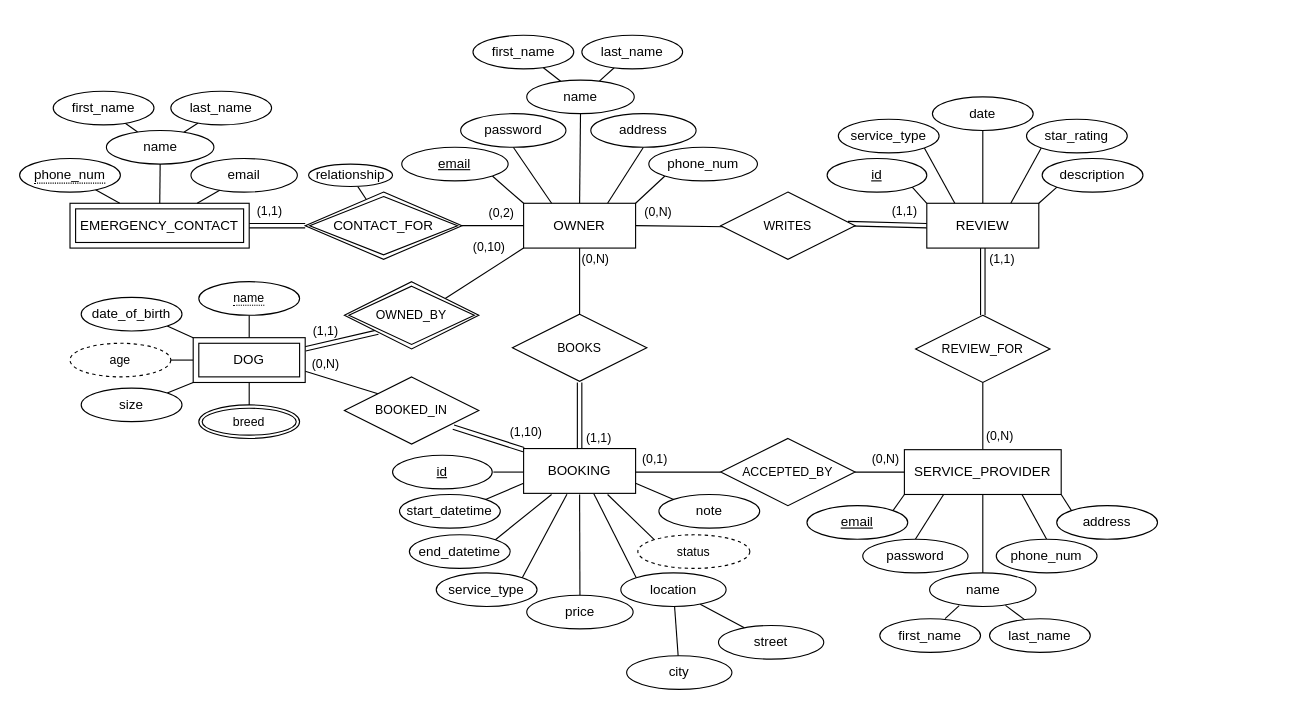
Before: documents/BarkBase ER Diagram.drawio in BraedonHaensel/barkbase, a draw.io diagram. Source tidied: cells renumbered, new cells numbered last; positions are measured from the earlier drawing's top-left corner, leaving out a move shared by most shapes. Both pictures are drawn from the tidied source at 112%, with x=0, y=0 at pixel (19, 35).
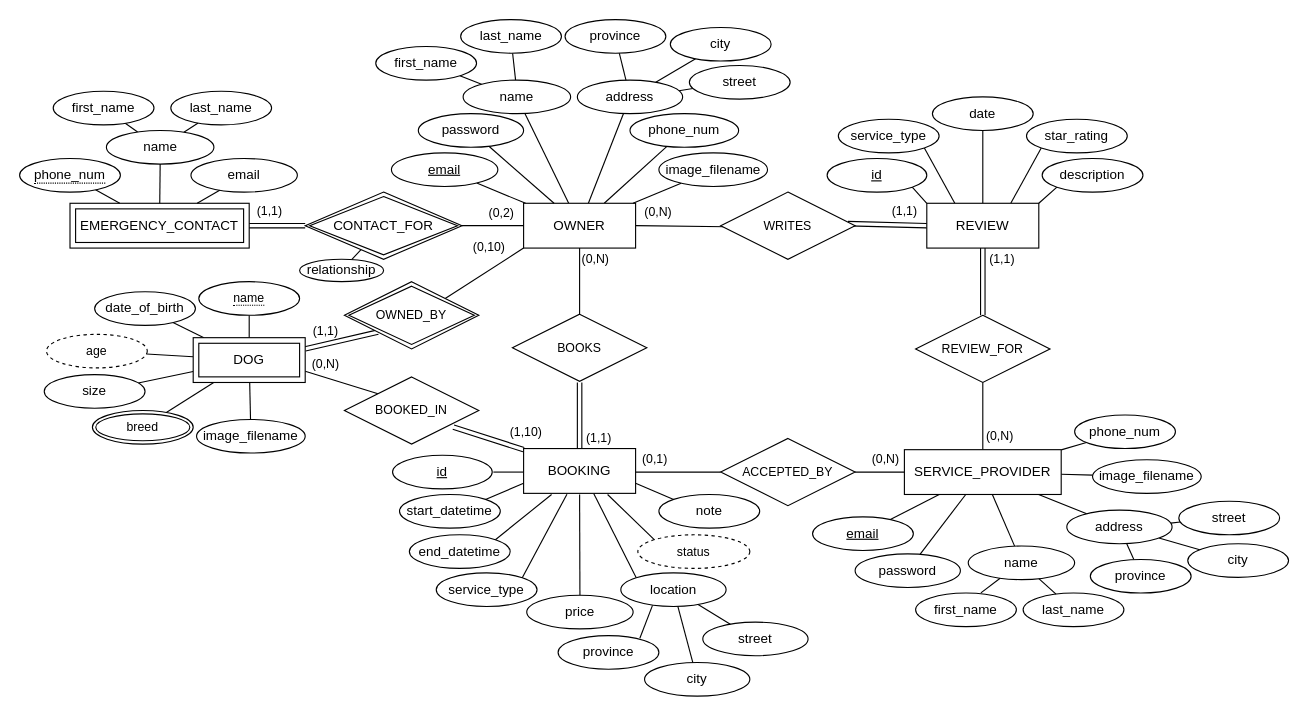
After the change.

Commit message:
ER diagram updated for images and new address components

The change refers to these unchanged cells:
```xml
<mxCell id="36" value="location" style="ellipse;whiteSpace=wrap;html=1;align=center;" parent="1" vertex="1">
  <mxGeometry x="536.8" y="480" width="94" height="30" as="geometry" />
</mxCell>
<mxCell id="55" value="OWNER" style="whiteSpace=wrap;html=1;align=center;" parent="1" vertex="1">
  <mxGeometry x="450" y="150" width="100" height="40" as="geometry" />
</mxCell>
<mxCell id="66" value="DOG" style="shape=ext;margin=3;double=1;whiteSpace=wrap;html=1;align=center;" parent="1" vertex="1">
  <mxGeometry x="155" y="270" width="100" height="40" as="geometry" />
</mxCell>
<mxCell id="73" value="SERVICE_PROVIDER" style="whiteSpace=wrap;html=1;align=center;" parent="1" vertex="1">
  <mxGeometry x="790" y="370" width="140" height="40" as="geometry" />
</mxCell>
```

Change to the diagram source:
```diff
@@
-    <mxCell id="2" style="edgeStyle=none;shape=connector;rounded=0;jettySize=auto;html=1;exitX=1;exitY=0;exitDx=0;exitDy=0;entryX=0;entryY=1;entryDx=0;entryDy=0;strokeColor=default;align=center;verticalAlign=middle;fontFamily=Helvetica;fontSize=11;fontColor=default;labelBackgroundColor=default;endArrow=none;endFill=0;" parent="1" edge="1" source="3" target="73">
+    <mxCell id="2" style="edgeStyle=none;shape=connector;rounded=0;jettySize=auto;html=1;strokeColor=default;align=center;verticalAlign=middle;fontFamily=Helvetica;fontSize=11;fontColor=default;labelBackgroundColor=default;endArrow=none;endFill=0;" parent="1" edge="1" source="3" target="73">
       <mxGeometry relative="1" as="geometry" />
     </mxCell>
     <mxCell id="3" value="email" style="ellipse;whiteSpace=wrap;html=1;align=center;fontStyle=4;" parent="1" vertex="1">
-      <mxGeometry x="703" y="420" width="90" height="30" as="geometry" />
+      <mxGeometry x="708" y="430" width="90" height="30" as="geometry" />
     </mxCell>
-    <mxCell id="4" style="edgeStyle=none;shape=connector;rounded=0;jettySize=auto;html=1;exitX=0.5;exitY=0;exitDx=0;exitDy=0;entryX=0.5;entryY=1;entryDx=0;entryDy=0;strokeColor=default;align=center;verticalAlign=middle;fontFamily=Helvetica;fontSize=11;fontColor=default;labelBackgroundColor=default;endArrow=none;endFill=0;" parent="1" edge="1" source="5" target="73">
+    <mxCell id="4" style="edgeStyle=none;shape=connector;rounded=0;jettySize=auto;html=1;strokeColor=default;align=center;verticalAlign=middle;fontFamily=Helvetica;fontSize=11;fontColor=default;labelBackgroundColor=default;endArrow=none;endFill=0;" parent="1" edge="1" source="5" target="73">
       <mxGeometry relative="1" as="geometry" />
     </mxCell>
     <mxCell id="5" value="name" style="ellipse;whiteSpace=wrap;html=1;align=center;" parent="1" vertex="1">
-      <mxGeometry x="812.5" y="480" width="95" height="30" as="geometry" />
+      <mxGeometry x="847" y="456" width="95" height="30" as="geometry" />
     </mxCell>
-    <mxCell id="6" style="edgeStyle=none;shape=connector;rounded=0;jettySize=auto;html=1;exitX=0.648;exitY=-0.006;exitDx=0;exitDy=0;entryX=0.278;entryY=0.976;entryDx=0;entryDy=0;strokeColor=default;align=center;verticalAlign=middle;fontFamily=Helvetica;fontSize=11;fontColor=default;labelBackgroundColor=default;endArrow=none;endFill=0;entryPerimeter=0;exitPerimeter=0;" parent="1" edge="1" source="7" target="5">
+    <mxCell id="6" style="edgeStyle=none;shape=connector;rounded=0;jettySize=auto;html=1;exitX=0.648;exitY=-0.006;exitDx=0;exitDy=0;strokeColor=default;align=center;verticalAlign=middle;fontFamily=Helvetica;fontSize=11;fontColor=default;labelBackgroundColor=default;endArrow=none;endFill=0;exitPerimeter=0;" parent="1" edge="1" source="7" target="5">
       <mxGeometry relative="1" as="geometry" />
     </mxCell>
     <mxCell id="7" value="first_name" style="ellipse;whiteSpace=wrap;html=1;align=center;" parent="1" vertex="1">
-      <mxGeometry x="768" y="521" width="90" height="30" as="geometry" />
+      <mxGeometry x="800" y="498" width="90" height="30" as="geometry" />
     </mxCell>
     <mxCell id="8" value="last_name" style="ellipse;whiteSpace=wrap;html=1;align=center;" parent="1" vertex="1">
-      <mxGeometry x="866" y="521" width="90" height="30" as="geometry" />
+      <mxGeometry x="896" y="498" width="90" height="30" as="geometry" />
     </mxCell>
-    <mxCell id="9" style="edgeStyle=none;shape=connector;rounded=0;jettySize=auto;html=1;exitX=0;exitY=0;exitDx=0;exitDy=0;entryX=1;entryY=1;entryDx=0;entryDy=0;strokeColor=default;align=center;verticalAlign=middle;fontFamily=Helvetica;fontSize=11;fontColor=default;labelBackgroundColor=default;endArrow=none;endFill=0;" parent="1" edge="1" source="10" target="73">
+    <mxCell id="9" style="edgeStyle=none;shape=connector;rounded=0;jettySize=auto;html=1;strokeColor=default;align=center;verticalAlign=middle;fontFamily=Helvetica;fontSize=11;fontColor=default;labelBackgroundColor=default;endArrow=none;endFill=0;" parent="1" edge="1" source="141" target="73">
       <mxGeometry relative="1" as="geometry" />
     </mxCell>
-    <mxCell id="10" value="address" style="ellipse;whiteSpace=wrap;html=1;align=center;" parent="1" vertex="1">
-      <mxGeometry x="926" y="420" width="90" height="30" as="geometry" />
-    </mxCell>
-    <mxCell id="11" style="edgeStyle=none;shape=connector;rounded=0;jettySize=auto;html=1;exitX=0.5;exitY=0;exitDx=0;exitDy=0;entryX=0.75;entryY=1;entryDx=0;entryDy=0;strokeColor=default;align=center;verticalAlign=middle;fontFamily=Helvetica;fontSize=11;fontColor=default;labelBackgroundColor=default;endArrow=none;endFill=0;" parent="1" edge="1" source="12" target="73">
+    <mxCell id="11" style="edgeStyle=none;shape=connector;rounded=0;jettySize=auto;html=1;strokeColor=default;align=center;verticalAlign=middle;fontFamily=Helvetica;fontSize=11;fontColor=default;labelBackgroundColor=default;endArrow=none;endFill=0;" parent="1" edge="1" source="12" target="73">
       <mxGeometry relative="1" as="geometry" />
     </mxCell>
     <mxCell id="12" value="phone_num" style="ellipse;whiteSpace=wrap;html=1;align=center;" parent="1" vertex="1">
-      <mxGeometry x="872" y="450" width="90" height="30" as="geometry" />
+      <mxGeometry x="942" y="339" width="90" height="30" as="geometry" />
     </mxCell>
@@
-    <mxCell id="15" style="edgeStyle=none;shape=connector;rounded=0;jettySize=auto;html=1;exitX=0.5;exitY=1;exitDx=0;exitDy=0;entryX=0.5;entryY=0;entryDx=0;entryDy=0;strokeColor=default;align=center;verticalAlign=middle;fontFamily=Helvetica;fontSize=11;fontColor=default;labelBackgroundColor=default;endArrow=none;endFill=0;" parent="1" edge="1" source="16" target="55">
+    <mxCell id="15" style="edgeStyle=none;shape=connector;rounded=0;jettySize=auto;html=1;strokeColor=default;align=center;verticalAlign=middle;fontFamily=Helvetica;fontSize=11;fontColor=default;labelBackgroundColor=default;endArrow=none;endFill=0;" parent="1" edge="1" source="16" target="55">
       <mxGeometry relative="1" as="geometry" />
     </mxCell>
     <mxCell id="16" value="name" style="ellipse;whiteSpace=wrap;html=1;align=center;" parent="1" vertex="1">
-      <mxGeometry x="452.8" y="40" width="96" height="30" as="geometry" />
+      <mxGeometry x="396" y="40" width="96" height="30" as="geometry" />
     </mxCell>
     <mxCell id="17" value="first_name" style="ellipse;whiteSpace=wrap;html=1;align=center;" parent="1" vertex="1">
-      <mxGeometry x="404.8" width="90" height="30" as="geometry" />
+      <mxGeometry x="318" y="10" width="90" height="30" as="geometry" />
     </mxCell>
     <mxCell id="18" value="last_name" style="ellipse;whiteSpace=wrap;html=1;align=center;" parent="1" vertex="1">
-      <mxGeometry x="502" width="90" height="30" as="geometry" />
+      <mxGeometry x="393.8" y="-14" width="90" height="30" as="geometry" />
     </mxCell>
-    <mxCell id="19" style="edgeStyle=none;shape=connector;rounded=0;jettySize=auto;html=1;exitX=0.5;exitY=1;exitDx=0;exitDy=0;entryX=0.75;entryY=0;entryDx=0;entryDy=0;strokeColor=default;align=center;verticalAlign=middle;fontFamily=Helvetica;fontSize=11;fontColor=default;labelBackgroundColor=default;endArrow=none;endFill=0;" parent="1" edge="1" source="20" target="55">
+    <mxCell id="19" style="edgeStyle=none;shape=connector;rounded=0;jettySize=auto;html=1;strokeColor=default;align=center;verticalAlign=middle;fontFamily=Helvetica;fontSize=11;fontColor=default;labelBackgroundColor=default;endArrow=none;endFill=0;" parent="1" edge="1" source="20" target="55">
       <mxGeometry relative="1" as="geometry" />
     </mxCell>
+    <mxCell id="123" style="rounded=0;jettySize=auto;html=1;endArrow=none;endFill=0;" parent="1" edge="1" source="20" target="128">
+      <mxGeometry relative="1" as="geometry" />
+    </mxCell>
+    <mxCell id="124" style="edgeStyle=none;shape=connector;rounded=0;jettySize=auto;html=1;strokeColor=default;align=center;verticalAlign=middle;fontFamily=Helvetica;fontSize=11;fontColor=default;labelBackgroundColor=default;endArrow=none;endFill=0;" parent="1" edge="1" source="20" target="129">
+      <mxGeometry relative="1" as="geometry" />
+    </mxCell>
     <mxCell id="20" value="address" style="ellipse;whiteSpace=wrap;html=1;align=center;" parent="1" vertex="1">
-      <mxGeometry x="510" y="70" width="94" height="30" as="geometry" />
+      <mxGeometry x="498" y="40" width="94" height="30" as="geometry" />
     </mxCell>
-    <mxCell id="21" style="edgeStyle=none;shape=connector;rounded=0;jettySize=auto;html=1;exitX=0;exitY=1;exitDx=0;exitDy=0;entryX=1;entryY=0;entryDx=0;entryDy=0;strokeColor=default;align=center;verticalAlign=middle;fontFamily=Helvetica;fontSize=11;fontColor=default;labelBackgroundColor=default;endArrow=none;endFill=0;" parent="1" edge="1" source="22" target="55">
+    <mxCell id="21" style="edgeStyle=none;shape=connector;rounded=0;jettySize=auto;html=1;strokeColor=default;align=center;verticalAlign=middle;fontFamily=Helvetica;fontSize=11;fontColor=default;labelBackgroundColor=default;endArrow=none;endFill=0;" parent="1" edge="1" source="22" target="55">
       <mxGeometry relative="1" as="geometry" />
     </mxCell>
     <mxCell id="22" value="phone_num" style="ellipse;whiteSpace=wrap;html=1;align=center;" parent="1" vertex="1">
-      <mxGeometry x="561.8" y="100" width="97" height="30" as="geometry" />
+      <mxGeometry x="545" y="70" width="97" height="30" as="geometry" />
     </mxCell>
-    <mxCell id="23" style="edgeStyle=none;shape=connector;rounded=0;jettySize=auto;html=1;exitX=1;exitY=1;exitDx=0;exitDy=0;entryX=0;entryY=0;entryDx=0;entryDy=0;strokeColor=default;align=center;verticalAlign=middle;fontFamily=Helvetica;fontSize=11;fontColor=default;labelBackgroundColor=default;endArrow=none;endFill=0;" parent="1" edge="1" source="24" target="55">
+    <mxCell id="23" style="edgeStyle=none;shape=connector;rounded=0;jettySize=auto;html=1;strokeColor=default;align=center;verticalAlign=middle;fontFamily=Helvetica;fontSize=11;fontColor=default;labelBackgroundColor=default;endArrow=none;endFill=0;" parent="1" edge="1" source="24" target="55">
       <mxGeometry relative="1" as="geometry" />
     </mxCell>
     <mxCell id="24" value="email" style="ellipse;whiteSpace=wrap;html=1;align=center;fontStyle=4;" parent="1" vertex="1">
-      <mxGeometry x="341.2" y="100" width="95" height="30" as="geometry" />
+      <mxGeometry x="332" y="105" width="95" height="30" as="geometry" />
     </mxCell>
-    <mxCell id="25" style="edgeStyle=none;shape=connector;rounded=0;jettySize=auto;html=1;exitX=1;exitY=1;exitDx=0;exitDy=0;entryX=0;entryY=0;entryDx=0;entryDy=0;strokeColor=default;align=center;verticalAlign=middle;fontFamily=Helvetica;fontSize=11;fontColor=default;labelBackgroundColor=default;endArrow=none;endFill=0;" parent="1" edge="1" source="26" target="66">
+    <mxCell id="25" style="edgeStyle=none;shape=connector;rounded=0;jettySize=auto;html=1;strokeColor=default;align=center;verticalAlign=middle;fontFamily=Helvetica;fontSize=11;fontColor=default;labelBackgroundColor=default;endArrow=none;endFill=0;" parent="1" edge="1" source="26" target="66">
       <mxGeometry relative="1" as="geometry" />
     </mxCell>
     <mxCell id="26" value="date_of_birth" style="ellipse;whiteSpace=wrap;html=1;align=center;" parent="1" vertex="1">
-      <mxGeometry x="55" y="234" width="90" height="30" as="geometry" />
+      <mxGeometry x="67" y="229" width="90" height="30" as="geometry" />
     </mxCell>
@@
-    <mxCell id="29" style="edgeStyle=none;shape=connector;rounded=0;jettySize=auto;html=1;exitX=1;exitY=0.5;exitDx=0;exitDy=0;entryX=0;entryY=0.5;entryDx=0;entryDy=0;strokeColor=default;align=center;verticalAlign=middle;fontFamily=Helvetica;fontSize=11;fontColor=default;labelBackgroundColor=default;endArrow=none;endFill=0;" parent="1" edge="1" source="30" target="66">
+    <mxCell id="29" style="edgeStyle=none;shape=connector;rounded=0;jettySize=auto;html=1;strokeColor=default;align=center;verticalAlign=middle;fontFamily=Helvetica;fontSize=11;fontColor=default;labelBackgroundColor=default;endArrow=none;endFill=0;" parent="1" edge="1" source="30" target="66">
       <mxGeometry relative="1" as="geometry" />
     </mxCell>
     <mxCell id="30" value="age" style="ellipse;whiteSpace=wrap;html=1;align=center;dashed=1;fontFamily=Helvetica;fontSize=11;fontColor=default;labelBackgroundColor=default;" parent="1" vertex="1">
-      <mxGeometry x="45" y="275" width="90" height="30" as="geometry" />
+      <mxGeometry x="24" y="267" width="90" height="30" as="geometry" />
     </mxCell>
     <mxCell id="31" value="breed" style="ellipse;shape=doubleEllipse;margin=3;whiteSpace=wrap;html=1;align=center;fontFamily=Helvetica;fontSize=11;fontColor=default;labelBackgroundColor=default;" parent="1" vertex="1">
-      <mxGeometry x="160" y="330" width="90" height="30" as="geometry" />
+      <mxGeometry x="65" y="335" width="90" height="30" as="geometry" />
     </mxCell>
-    <mxCell id="32" style="edgeStyle=none;shape=connector;rounded=0;jettySize=auto;html=1;exitX=1;exitY=0;exitDx=0;exitDy=0;entryX=0;entryY=1;entryDx=0;entryDy=0;strokeColor=default;align=center;verticalAlign=middle;fontFamily=Helvetica;fontSize=11;fontColor=default;labelBackgroundColor=default;endArrow=none;endFill=0;" parent="1" edge="1" source="33" target="66">
+    <mxCell id="32" style="edgeStyle=none;shape=connector;rounded=0;jettySize=auto;html=1;strokeColor=default;align=center;verticalAlign=middle;fontFamily=Helvetica;fontSize=11;fontColor=default;labelBackgroundColor=default;endArrow=none;endFill=0;" parent="1" edge="1" source="33" target="66">
       <mxGeometry relative="1" as="geometry" />
     </mxCell>
     <mxCell id="33" value="size" style="ellipse;whiteSpace=wrap;html=1;align=center;" parent="1" vertex="1">
-      <mxGeometry x="55" y="315" width="90" height="30" as="geometry" />
+      <mxGeometry x="22" y="303" width="90" height="30" as="geometry" />
     </mxCell>
@@
+    <mxCell id="125" style="edgeStyle=none;shape=connector;rounded=0;jettySize=auto;html=1;exitX=0.301;exitY=0.967;exitDx=0;exitDy=0;strokeColor=default;align=center;verticalAlign=middle;fontFamily=Helvetica;fontSize=11;fontColor=default;labelBackgroundColor=default;endArrow=none;endFill=0;exitPerimeter=0;entryX=0.811;entryY=0.08;entryDx=0;entryDy=0;entryPerimeter=0;" parent="1" edge="1" source="36" target="139">
+      <mxGeometry relative="1" as="geometry" />
+    </mxCell>
@@
     <mxCell id="59" value="relationship" style="ellipse;whiteSpace=wrap;html=1;align=center;" parent="1" vertex="1">
-      <mxGeometry x="258" y="115" width="75" height="20" as="geometry" />
+      <mxGeometry x="250" y="200" width="75" height="20" as="geometry" />
     </mxCell>
@@
-    <mxCell id="65" style="edgeStyle=none;shape=connector;rounded=0;jettySize=auto;html=1;exitX=0.5;exitY=1;exitDx=0;exitDy=0;entryX=0.5;entryY=0;entryDx=0;entryDy=0;strokeColor=default;align=center;verticalAlign=middle;fontFamily=Helvetica;fontSize=11;fontColor=default;labelBackgroundColor=default;endArrow=none;endFill=0;" parent="1" edge="1" source="66" target="31">
+    <mxCell id="65" style="edgeStyle=none;shape=connector;rounded=0;jettySize=auto;html=1;strokeColor=default;align=center;verticalAlign=middle;fontFamily=Helvetica;fontSize=11;fontColor=default;labelBackgroundColor=default;endArrow=none;endFill=0;" parent="1" edge="1" source="66" target="31">
       <mxGeometry relative="1" as="geometry" />
     </mxCell>
@@
-    <mxCell id="84" style="edgeStyle=none;shape=connector;rounded=0;jettySize=auto;html=1;exitX=0.351;exitY=0.033;exitDx=0;exitDy=0;entryX=0.713;entryY=0.967;entryDx=0;entryDy=0;entryPerimeter=0;strokeColor=default;align=center;verticalAlign=middle;fontFamily=Helvetica;fontSize=11;fontColor=default;labelBackgroundColor=default;endArrow=none;endFill=0;exitPerimeter=0;" parent="1" edge="1" source="8" target="5">
+    <mxCell id="84" style="edgeStyle=none;shape=connector;rounded=0;jettySize=auto;html=1;strokeColor=default;align=center;verticalAlign=middle;fontFamily=Helvetica;fontSize=11;fontColor=default;labelBackgroundColor=default;endArrow=none;endFill=0;" parent="1" edge="1" source="8" target="5">
       <mxGeometry relative="1" as="geometry" />
     </mxCell>
@@
-    <mxCell id="99" style="rounded=0;jettySize=auto;html=1;exitX=0.5;exitY=1;exitDx=0;exitDy=0;entryX=0.25;entryY=0;entryDx=0;entryDy=0;endArrow=none;endFill=0;" parent="1" edge="1" source="100" target="55">
+    <mxCell id="99" style="rounded=0;jettySize=auto;html=1;endArrow=none;endFill=0;" parent="1" edge="1" source="100" target="55">
       <mxGeometry relative="1" as="geometry" />
     </mxCell>
     <mxCell id="100" value="password" style="ellipse;whiteSpace=wrap;html=1;align=center;" parent="1" vertex="1">
-      <mxGeometry x="393.8" y="70" width="94" height="30" as="geometry" />
+      <mxGeometry x="356" y="70" width="94" height="30" as="geometry" />
     </mxCell>
-    <mxCell id="101" style="edgeStyle=none;shape=connector;rounded=0;jettySize=auto;html=1;exitX=0.5;exitY=0;exitDx=0;exitDy=0;entryX=0.25;entryY=1;entryDx=0;entryDy=0;strokeColor=default;align=center;verticalAlign=middle;fontFamily=Helvetica;fontSize=11;fontColor=default;labelBackgroundColor=default;endArrow=none;endFill=0;" parent="1" edge="1" source="102" target="73">
+    <mxCell id="101" style="edgeStyle=none;shape=connector;rounded=0;jettySize=auto;html=1;strokeColor=default;align=center;verticalAlign=middle;fontFamily=Helvetica;fontSize=11;fontColor=default;labelBackgroundColor=default;endArrow=none;endFill=0;" parent="1" edge="1" source="102" target="73">
       <mxGeometry relative="1" as="geometry" />
     </mxCell>
     <mxCell id="102" value="password" style="ellipse;whiteSpace=wrap;html=1;align=center;" parent="1" vertex="1">
-      <mxGeometry x="752.8" y="450" width="94" height="30" as="geometry" />
+      <mxGeometry x="746" y="463" width="94" height="30" as="geometry" />
     </mxCell>
@@
     <mxCell id="119" value="city" style="ellipse;whiteSpace=wrap;html=1;align=center;" parent="1" vertex="1">
-      <mxGeometry x="542" y="554" width="94" height="30" as="geometry" />
+      <mxGeometry x="558" y="560" width="94" height="30" as="geometry" />
     </mxCell>
     <mxCell id="120" value="street" style="ellipse;whiteSpace=wrap;html=1;align=center;" parent="1" vertex="1">
-      <mxGeometry x="624" y="527" width="94" height="30" as="geometry" />
+      <mxGeometry x="610" y="524" width="94" height="30" as="geometry" />
     </mxCell>
@@
+    <mxCell id="126" style="rounded=0;jettySize=auto;html=1;endArrow=none;endFill=0;" parent="1" edge="1" source="127" target="20">
+      <mxGeometry relative="1" as="geometry" />
+    </mxCell>
+    <mxCell id="127" value="province" style="ellipse;whiteSpace=wrap;html=1;align=center;" parent="1" vertex="1">
+      <mxGeometry x="487" y="-14" width="90" height="30" as="geometry" />
+    </mxCell>
+    <mxCell id="128" value="city" style="ellipse;whiteSpace=wrap;html=1;align=center;" parent="1" vertex="1">
+      <mxGeometry x="581" y="-7" width="90" height="30" as="geometry" />
+    </mxCell>
+    <mxCell id="129" value="street" style="ellipse;whiteSpace=wrap;html=1;align=center;" parent="1" vertex="1">
+      <mxGeometry x="598" y="27" width="90" height="30" as="geometry" />
+    </mxCell>
+    <mxCell id="130" style="edgeStyle=none;shape=connector;rounded=0;jettySize=auto;html=1;strokeColor=default;align=center;verticalAlign=middle;fontFamily=Helvetica;fontSize=11;fontColor=default;labelBackgroundColor=default;endArrow=none;endFill=0;" parent="1" edge="1" source="131" target="55">
+      <mxGeometry relative="1" as="geometry" />
+    </mxCell>
+    <mxCell id="131" value="image_filename" style="ellipse;whiteSpace=wrap;html=1;align=center;" parent="1" vertex="1">
+      <mxGeometry x="570.8" y="105" width="97" height="30" as="geometry" />
+    </mxCell>
+    <mxCell id="132" style="rounded=0;jettySize=auto;html=1;endArrow=none;endFill=0;" parent="1" edge="1" source="10" target="137">
+      <mxGeometry relative="1" as="geometry" />
+    </mxCell>
+    <mxCell id="133" style="edgeStyle=none;shape=connector;rounded=0;jettySize=auto;html=1;strokeColor=default;align=center;verticalAlign=middle;fontFamily=Helvetica;fontSize=11;fontColor=default;labelBackgroundColor=default;endArrow=none;endFill=0;" parent="1" edge="1" source="10" target="138">
+      <mxGeometry relative="1" as="geometry" />
+    </mxCell>
+    <mxCell id="134" style="edgeStyle=none;shape=connector;rounded=0;jettySize=auto;html=1;strokeColor=default;align=center;verticalAlign=middle;fontFamily=Helvetica;fontSize=11;fontColor=default;labelBackgroundColor=default;endArrow=none;endFill=0;" parent="1" edge="1" source="10" target="73">
+      <mxGeometry relative="1" as="geometry" />
+    </mxCell>
+    <mxCell id="10" value="address" style="ellipse;whiteSpace=wrap;html=1;align=center;" parent="1" vertex="1">
+      <mxGeometry x="935" y="424" width="94" height="30" as="geometry" />
+    </mxCell>
+    <mxCell id="135" style="rounded=0;jettySize=auto;html=1;endArrow=none;endFill=0;" parent="1" edge="1" source="136" target="10">
+      <mxGeometry relative="1" as="geometry" />
+    </mxCell>
+    <mxCell id="136" value="province" style="ellipse;whiteSpace=wrap;html=1;align=center;" parent="1" vertex="1">
+      <mxGeometry x="956" y="468" width="90" height="30" as="geometry" />
+    </mxCell>
+    <mxCell id="137" value="city" style="ellipse;whiteSpace=wrap;html=1;align=center;" parent="1" vertex="1">
+      <mxGeometry x="1043" y="454" width="90" height="30" as="geometry" />
+    </mxCell>
+    <mxCell id="138" value="street" style="ellipse;whiteSpace=wrap;html=1;align=center;" parent="1" vertex="1">
+      <mxGeometry x="1035" y="416" width="90" height="30" as="geometry" />
+    </mxCell>
+    <mxCell id="139" value="province" style="ellipse;whiteSpace=wrap;html=1;align=center;" parent="1" vertex="1">
+      <mxGeometry x="480.8" y="536" width="90" height="30" as="geometry" />
+    </mxCell>
+    <mxCell id="140" style="edgeStyle=none;shape=connector;rounded=0;jettySize=auto;html=1;strokeColor=default;align=center;verticalAlign=middle;fontFamily=Helvetica;fontSize=11;fontColor=default;labelBackgroundColor=default;endArrow=none;endFill=0;" parent="1" edge="1" source="142" target="66">
+      <mxGeometry relative="1" as="geometry" />
+    </mxCell>
+    <mxCell id="141" value="image_filename" style="ellipse;whiteSpace=wrap;html=1;align=center;" parent="1" vertex="1">
+      <mxGeometry x="958" y="379" width="97" height="30" as="geometry" />
+    </mxCell>
+    <mxCell id="142" value="image_filename" style="ellipse;whiteSpace=wrap;html=1;align=center;" parent="1" vertex="1">
+      <mxGeometry x="158" y="343" width="97" height="30" as="geometry" />
+    </mxCell>
```
